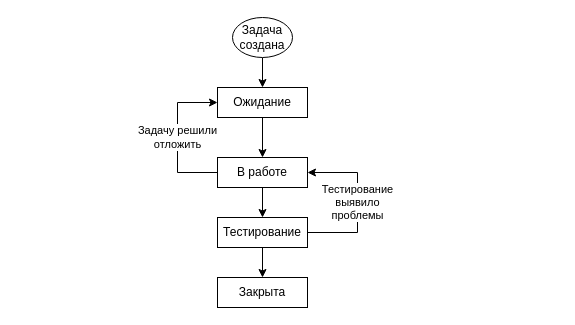
The draw.io diagram elaria_task_status_flow.drawio in elaria-clash-of-the-worlds/docs, before the edit. Source tidied: cells renumbered, new cells numbered last; positions are measured from the earlier drawing's top-left corner, leaving out a move shared by most shapes. Both pictures are drawn from the tidied source at 100%, with x=0, y=0 at pixel (177, 17).
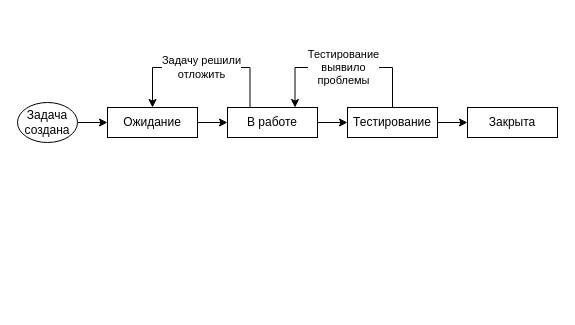
After the change.

Change to the diagram source:
```diff
@@
 <mxGraphModel>
   <root>
     <mxCell id="0" />
     <mxCell id="1" parent="0" />
     <mxCell id="2" style="edgeStyle=orthogonalEdgeStyle;rounded=0;jettySize=auto;html=1;" parent="1" edge="1" source="3" target="6">
       <mxGeometry relative="1" as="geometry" />
     </mxCell>
     <mxCell id="3" value="Ожидание" style="rounded=0;whiteSpace=wrap;html=1;" parent="1" vertex="1">
-      <mxGeometry x="40" y="70" width="90" height="30" as="geometry" />
+      <mxGeometry x="-70" y="90" width="90" height="30" as="geometry" />
     </mxCell>
     <mxCell id="4" style="edgeStyle=orthogonalEdgeStyle;rounded=0;jettySize=auto;html=1;" parent="1" edge="1" source="6" target="8">
       <mxGeometry relative="1" as="geometry" />
     </mxCell>
-    <mxCell id="5" value="Задачу решили&lt;br&gt;отложить" style="edgeStyle=elbowEdgeStyle;rounded=0;jettySize=auto;html=1;" parent="1" edge="1" source="6" target="3">
+    <mxCell id="5" value="Задачу решили&lt;br&gt;отложить" style="edgeStyle=orthogonalEdgeStyle;rounded=0;jettySize=auto;html=1;elbow=vertical;labelBackgroundColor=default;exitX=0.25;exitY=0;exitDx=0;exitDy=0;" parent="1" edge="1" source="6" target="3">
       <mxGeometry relative="1" as="geometry">
         <Array as="points">
-          <mxPoint y="120" />
+          <mxPoint x="73" y="50" />
+          <mxPoint x="-25" y="50" />
         </Array>
       </mxGeometry>
     </mxCell>
     <mxCell id="6" value="В работе" style="rounded=0;whiteSpace=wrap;html=1;" parent="1" vertex="1">
-      <mxGeometry x="40" y="140" width="90" height="30" as="geometry" />
+      <mxGeometry x="50" y="90" width="90" height="30" as="geometry" />
     </mxCell>
     <mxCell id="7" style="edgeStyle=orthogonalEdgeStyle;rounded=0;jettySize=auto;html=1;" parent="1" edge="1" source="8" target="9">
       <mxGeometry relative="1" as="geometry" />
     </mxCell>
     <mxCell id="8" value="Тестирование" style="rounded=0;whiteSpace=wrap;html=1;" parent="1" vertex="1">
-      <mxGeometry x="40" y="200" width="90" height="30" as="geometry" />
+      <mxGeometry x="170" y="90" width="90" height="30" as="geometry" />
     </mxCell>
     <mxCell id="9" value="Закрыта" style="rounded=0;whiteSpace=wrap;html=1;" parent="1" vertex="1">
-      <mxGeometry x="40" y="260" width="90" height="30" as="geometry" />
+      <mxGeometry x="290" y="90" width="90" height="30" as="geometry" />
     </mxCell>
-    <mxCell id="10" value="Тестирование&lt;br&gt;выявило&lt;br&gt;проблемы" style="edgeStyle=elbowEdgeStyle;rounded=0;jettySize=auto;html=1;elbow=vertical;" parent="1" edge="1" source="8" target="6">
+    <mxCell id="10" value="Тестирование&lt;br&gt;выявило&lt;br&gt;проблемы" style="edgeStyle=elbowEdgeStyle;rounded=0;jettySize=auto;html=1;elbow=vertical;labelBackgroundColor=default;labelBorderColor=none;entryX=0.75;entryY=0;entryDx=0;entryDy=0;exitX=0.5;exitY=0;exitDx=0;exitDy=0;" parent="1" edge="1" source="8" target="6">
       <mxGeometry relative="1" as="geometry">
         <Array as="points">
-          <mxPoint x="180" y="190" />
+          <mxPoint x="170" y="50" />
         </Array>
       </mxGeometry>
     </mxCell>
     <mxCell id="11" style="endArrow=classic;html=1;rounded=0;" parent="1" edge="1" source="12" target="3">
       <mxGeometry relative="1" as="geometry" />
     </mxCell>
     <mxCell id="12" value="Задача создана" style="ellipse;whiteSpace=wrap;html=1;" parent="1" vertex="1">
-      <mxGeometry x="55" width="60" height="40" as="geometry" />
+      <mxGeometry x="-160" y="85" width="60" height="40" as="geometry" />
     </mxCell>
   </root>
 </mxGraphModel>
```
